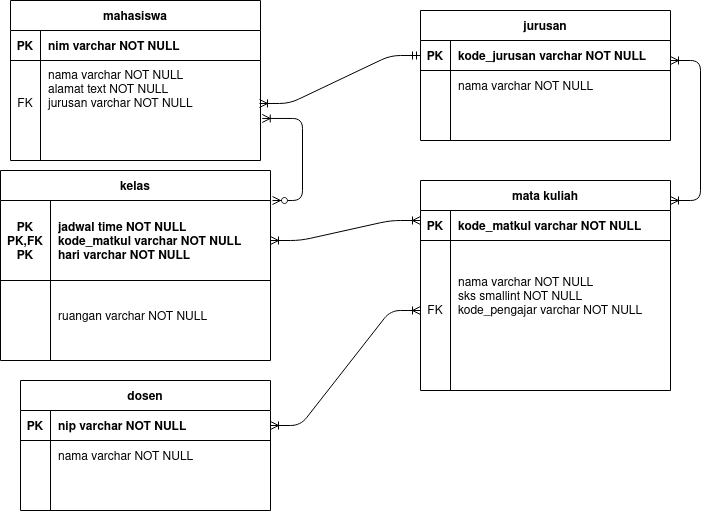
fiq-i/Challenge keeps this draw.io diagram as c14/db universitas.png. Above is the earlier version. Source tidied: cells renumbered, new cells last; positions are measured from the earlier drawing's top-left corner, leaving out a move shared by most shapes. Its diagram source:
```xml
<mxGraphModel>
  <root>
    <mxCell id="0" />
    <mxCell id="1" parent="0" />
    <mxCell id="2" value="jurusan" style="shape=table;startSize=30;rowLines=0;fontStyle=1;align=center;" parent="1" vertex="1">
      <mxGeometry x="420" y="10" width="250" height="130" as="geometry" />
    </mxCell>
    <mxCell id="3" style="shape=partialRectangle;fillColor=none;points=[[0,0.5],[1,0.5]];portConstraint=eastwest;top=0;left=0;right=0;bottom=1;" parent="2" vertex="1">
      <mxGeometry y="30" width="250" height="30" as="geometry" />
    </mxCell>
    <mxCell id="4" value="PK" style="shape=partialRectangle;overflow=hidden;fillColor=none;top=0;left=0;bottom=0;right=0;fontStyle=1;" parent="3" vertex="1">
      <mxGeometry width="30" height="30" as="geometry" />
    </mxCell>
    <mxCell id="5" value="kode_jurusan varchar NOT NULL" style="shape=partialRectangle;overflow=hidden;fillColor=none;top=0;left=0;bottom=0;right=0;align=left;spacingLeft=6;fontStyle=1;" parent="3" vertex="1">
      <mxGeometry x="30" width="220" height="30" as="geometry" />
    </mxCell>
    <mxCell id="6" style="shape=partialRectangle;fillColor=none;top=0;left=0;right=0;bottom=0;" parent="2" vertex="1">
      <mxGeometry y="60" width="250" height="30" as="geometry" />
    </mxCell>
    <mxCell id="7" style="shape=partialRectangle;overflow=hidden;fillColor=none;top=0;left=0;bottom=0;right=0;" parent="6" vertex="1">
      <mxGeometry width="30" height="30" as="geometry" />
    </mxCell>
    <mxCell id="8" value="nama varchar NOT NULL " style="shape=partialRectangle;overflow=hidden;fillColor=none;top=0;left=0;bottom=0;right=0;align=left;spacingLeft=6;" parent="6" vertex="1">
      <mxGeometry x="30" width="220" height="30" as="geometry" />
    </mxCell>
    <mxCell id="9" style="shape=partialRectangle;fillColor=none;top=0;left=0;right=0;bottom=0;" parent="2" vertex="1">
      <mxGeometry y="90" width="250" height="30" as="geometry" />
    </mxCell>
    <mxCell id="10" style="shape=partialRectangle;overflow=hidden;fillColor=none;top=0;left=0;bottom=0;right=0;" parent="9" vertex="1">
      <mxGeometry width="30" height="30" as="geometry" />
    </mxCell>
    <mxCell id="11" style="shape=partialRectangle;overflow=hidden;fillColor=none;top=0;left=0;bottom=0;right=0;align=left;spacingLeft=6;" parent="9" vertex="1">
      <mxGeometry x="30" width="220" height="30" as="geometry" />
    </mxCell>
    <mxCell id="12" value="mata kuliah" style="shape=table;startSize=30;rowLines=0;fontStyle=1;align=center;" parent="1" vertex="1">
      <mxGeometry x="420" y="180" width="250" height="210" as="geometry" />
    </mxCell>
    <mxCell id="13" style="shape=partialRectangle;fillColor=none;top=0;left=0;right=0;bottom=1;" parent="12" vertex="1">
      <mxGeometry y="30" width="250" height="30" as="geometry" />
    </mxCell>
    <mxCell id="14" value="PK" style="shape=partialRectangle;overflow=hidden;fillColor=none;top=0;left=0;bottom=0;right=0;fontStyle=1;" parent="13" vertex="1">
      <mxGeometry width="30" height="30" as="geometry" />
    </mxCell>
    <mxCell id="15" value="kode_matkul varchar NOT NULL" style="shape=partialRectangle;overflow=hidden;fillColor=none;top=0;left=0;bottom=0;right=0;align=left;spacingLeft=6;fontStyle=1;" parent="13" vertex="1">
      <mxGeometry x="30" width="220" height="30" as="geometry" />
    </mxCell>
    <mxCell id="16" style="shape=partialRectangle;fillColor=none;top=0;left=0;right=0;bottom=0;" parent="12" vertex="1">
      <mxGeometry y="60" width="250" height="110" as="geometry" />
    </mxCell>
    <mxCell id="17" value="&#10;&#10;FK" style="shape=partialRectangle;overflow=hidden;fillColor=none;top=0;left=0;bottom=0;right=0;" parent="16" vertex="1">
      <mxGeometry width="30" height="110" as="geometry" />
    </mxCell>
    <mxCell id="18" value="nama varchar NOT NULL&#10;sks smallint NOT NULL&#10;kode_pengajar varchar NOT NULL" style="shape=partialRectangle;overflow=hidden;fillColor=none;top=0;left=0;bottom=0;right=0;align=left;spacingLeft=6;" parent="16" vertex="1">
      <mxGeometry x="30" width="220" height="110" as="geometry" />
    </mxCell>
    <mxCell id="19" style="shape=partialRectangle;fillColor=none;top=0;left=0;right=0;bottom=0;" parent="12" vertex="1">
      <mxGeometry y="170" width="250" height="30" as="geometry" />
    </mxCell>
    <mxCell id="20" style="shape=partialRectangle;overflow=hidden;fillColor=none;top=0;left=0;bottom=0;right=0;" parent="19" vertex="1">
      <mxGeometry width="30" height="30" as="geometry" />
    </mxCell>
    <mxCell id="21" style="shape=partialRectangle;overflow=hidden;fillColor=none;top=0;left=0;bottom=0;right=0;align=left;spacingLeft=6;" parent="19" vertex="1">
      <mxGeometry x="30" width="220" height="30" as="geometry" />
    </mxCell>
    <mxCell id="22" value="mahasiswa" style="shape=table;startSize=30;rowLines=0;fontStyle=1;align=center;" parent="1" vertex="1">
      <mxGeometry x="10" width="250" height="160" as="geometry" />
    </mxCell>
    <mxCell id="23" style="shape=partialRectangle;fillColor=none;top=0;left=0;right=0;bottom=1;" parent="22" vertex="1">
      <mxGeometry y="30" width="250" height="30" as="geometry" />
    </mxCell>
    <mxCell id="24" value="PK" style="shape=partialRectangle;overflow=hidden;fillColor=none;top=0;left=0;bottom=0;right=0;fontStyle=1;" parent="23" vertex="1">
      <mxGeometry width="30" height="30" as="geometry" />
    </mxCell>
    <mxCell id="25" value="nim varchar NOT NULL" style="shape=partialRectangle;overflow=hidden;fillColor=none;top=0;left=0;bottom=0;right=0;align=left;spacingLeft=6;fontStyle=1;" parent="23" vertex="1">
      <mxGeometry x="30" width="220" height="30" as="geometry" />
    </mxCell>
    <mxCell id="26" style="shape=partialRectangle;fillColor=none;points=[[0,0.5],[1,0.5]];portConstraint=eastwest;top=0;left=0;right=0;bottom=0;" parent="22" vertex="1">
      <mxGeometry y="60" width="250" height="70" as="geometry" />
    </mxCell>
    <mxCell id="27" value="&#10;FK" style="shape=partialRectangle;overflow=hidden;fillColor=none;top=0;left=0;bottom=0;right=0;" parent="26" vertex="1">
      <mxGeometry width="30" height="70" as="geometry" />
    </mxCell>
    <mxCell id="28" value="nama varchar NOT NULL&#10;alamat text NOT NULL&#10;jurusan varchar NOT NULL&#10;" style="shape=partialRectangle;overflow=hidden;fillColor=none;top=0;left=0;bottom=0;right=0;align=left;spacingLeft=6;" parent="26" vertex="1">
      <mxGeometry x="30" width="220" height="70" as="geometry" />
    </mxCell>
    <mxCell id="29" value="dosen" style="shape=table;startSize=30;rowLines=0;fontStyle=1;align=center;" parent="1" vertex="1">
      <mxGeometry x="20" y="380" width="250" height="130" as="geometry" />
    </mxCell>
    <mxCell id="30" style="shape=partialRectangle;fillColor=none;points=[[0,0.5],[1,0.5]];portConstraint=eastwest;top=0;left=0;right=0;bottom=1;" parent="29" vertex="1">
      <mxGeometry y="30" width="250" height="30" as="geometry" />
    </mxCell>
    <mxCell id="31" value="PK" style="shape=partialRectangle;overflow=hidden;fillColor=none;top=0;left=0;bottom=0;right=0;fontStyle=1;" parent="30" vertex="1">
      <mxGeometry width="30" height="30" as="geometry" />
    </mxCell>
    <mxCell id="32" value="nip varchar NOT NULL" style="shape=partialRectangle;overflow=hidden;fillColor=none;top=0;left=0;bottom=0;right=0;align=left;spacingLeft=6;fontStyle=1;" parent="30" vertex="1">
      <mxGeometry x="30" width="220" height="30" as="geometry" />
    </mxCell>
    <mxCell id="33" style="shape=partialRectangle;fillColor=none;top=0;left=0;right=0;bottom=0;" parent="29" vertex="1">
      <mxGeometry y="60" width="250" height="30" as="geometry" />
    </mxCell>
    <mxCell id="34" style="shape=partialRectangle;overflow=hidden;fillColor=none;top=0;left=0;bottom=0;right=0;" parent="33" vertex="1">
      <mxGeometry width="30" height="30" as="geometry" />
    </mxCell>
    <mxCell id="35" value="nama varchar NOT NULL" style="shape=partialRectangle;overflow=hidden;fillColor=none;top=0;left=0;bottom=0;right=0;align=left;spacingLeft=6;" parent="33" vertex="1">
      <mxGeometry x="30" width="220" height="30" as="geometry" />
    </mxCell>
    <mxCell id="36" style="edgeStyle=entityRelationEdgeStyle;fontSize=12;html=1;endArrow=ERoneToMany;startArrow=ERoneToMany;exitX=1;exitY=0.5;exitDx=0;exitDy=0;" parent="1" edge="1" source="30">
      <mxGeometry relative="1" as="geometry">
        <mxPoint x="420" y="310" as="targetPoint" />
      </mxGeometry>
    </mxCell>
    <mxCell id="37" style="edgeStyle=entityRelationEdgeStyle;fontSize=12;html=1;endArrow=ERoneToMany;startArrow=ERoneToMany;entryX=1;entryY=0.667;entryDx=0;entryDy=0;entryPerimeter=0;" parent="1" edge="1" target="3">
      <mxGeometry relative="1" as="geometry">
        <mxPoint x="670" y="200" as="sourcePoint" />
      </mxGeometry>
    </mxCell>
    <mxCell id="38" style="edgeStyle=entityRelationEdgeStyle;fontSize=12;html=1;endArrow=ERoneToMany;startArrow=ERmandOne;exitX=0;exitY=0.5;exitDx=0;exitDy=0;entryX=0.996;entryY=0.614;entryDx=0;entryDy=0;entryPerimeter=0;" parent="1" edge="1" source="3" target="26">
      <mxGeometry relative="1" as="geometry" />
    </mxCell>
    <mxCell id="39" style="edgeStyle=entityRelationEdgeStyle;fontSize=12;html=1;endArrow=ERoneToMany;startArrow=ERzeroToMany;entryX=1.007;entryY=0.828;entryDx=0;entryDy=0;entryPerimeter=0;" parent="1" edge="1" target="26">
      <mxGeometry relative="1" as="geometry">
        <mxPoint x="272" y="200" as="sourcePoint" />
      </mxGeometry>
    </mxCell>
    <mxCell id="40" value="kelas" style="shape=table;startSize=30;rowLines=0;fontStyle=1;align=center;" parent="1" vertex="1">
      <mxGeometry y="170" width="270" height="190" as="geometry" />
    </mxCell>
    <mxCell id="41" style="shape=partialRectangle;fillColor=none;points=[[0,0.5],[1,0.5]];portConstraint=eastwest;top=0;left=0;right=0;bottom=1;" parent="40" vertex="1">
      <mxGeometry y="30" width="270" height="80" as="geometry" />
    </mxCell>
    <mxCell id="42" value="PK&#10;PK,FK&#10;PK" style="shape=partialRectangle;overflow=hidden;fillColor=none;top=0;left=0;bottom=0;right=0;fontStyle=1;" parent="41" vertex="1">
      <mxGeometry width="50" height="80" as="geometry" />
    </mxCell>
    <mxCell id="43" value="&#10;jadwal time NOT NULL&#10;kode_matkul varchar NOT NULL&#10;hari varchar NOT NULL&#10;" style="shape=partialRectangle;overflow=hidden;fillColor=none;top=0;left=0;bottom=0;right=0;align=left;spacingLeft=6;fontStyle=1;" parent="41" vertex="1">
      <mxGeometry x="50" width="220" height="80" as="geometry" />
    </mxCell>
    <mxCell id="44" style="shape=partialRectangle;fillColor=none;top=0;left=0;right=0;bottom=0;" parent="40" vertex="1">
      <mxGeometry y="110" width="270" height="70" as="geometry" />
    </mxCell>
    <mxCell id="45" style="shape=partialRectangle;overflow=hidden;fillColor=none;top=0;left=0;bottom=0;right=0;" parent="44" vertex="1">
      <mxGeometry width="50" height="70" as="geometry" />
    </mxCell>
    <mxCell id="46" value="ruangan varchar NOT NULL" style="shape=partialRectangle;overflow=hidden;fillColor=none;top=0;left=0;bottom=0;right=0;align=left;spacingLeft=6;" parent="44" vertex="1">
      <mxGeometry x="50" width="220" height="70" as="geometry" />
    </mxCell>
    <mxCell id="47" style="edgeStyle=entityRelationEdgeStyle;fontSize=12;html=1;endArrow=ERoneToMany;startArrow=ERoneToMany;" parent="1" edge="1" source="41">
      <mxGeometry relative="1" as="geometry">
        <mxPoint x="420" y="220" as="targetPoint" />
      </mxGeometry>
    </mxCell>
  </root>
</mxGraphModel>
```
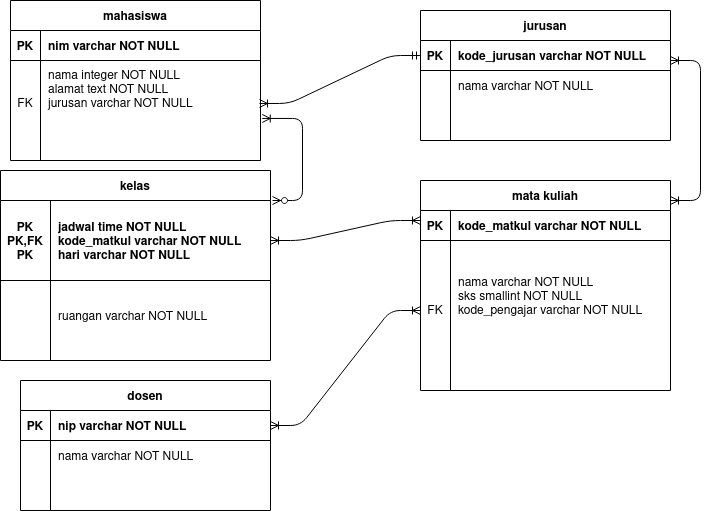
After the commit.

What changed in the source:
```diff
@@ -80,7 +80,7 @@
     <mxCell id="27" value="&#10;FK" style="shape=partialRectangle;overflow=hidden;fillColor=none;top=0;left=0;bottom=0;right=0;" parent="26" vertex="1">
       <mxGeometry width="30" height="70" as="geometry" />
     </mxCell>
-    <mxCell id="28" value="nama varchar NOT NULL&#10;alamat text NOT NULL&#10;jurusan varchar NOT NULL&#10;" style="shape=partialRectangle;overflow=hidden;fillColor=none;top=0;left=0;bottom=0;right=0;align=left;spacingLeft=6;" parent="26" vertex="1">
+    <mxCell id="28" value="nama integer NOT NULL&#10;alamat text NOT NULL&#10;jurusan varchar NOT NULL&#10;" style="shape=partialRectangle;overflow=hidden;fillColor=none;top=0;left=0;bottom=0;right=0;align=left;spacingLeft=6;" parent="26" vertex="1">
       <mxGeometry x="30" width="220" height="70" as="geometry" />
     </mxCell>
     <mxCell id="29" value="dosen" style="shape=table;startSize=30;rowLines=0;fontStyle=1;align=center;" parent="1" vertex="1">
```
